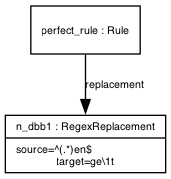
Before: examples/example_9.png, a diagram exported from Graphviz (ontolex/morph). Its source is kept beside it as examples/example_9.dot.
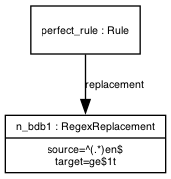
After the change.

Commit message:
Updated diagrams for examples 9 and 22, according to #45

What changed in the source:
```diff
@@ -13,7 +13,7 @@
       fontsize = 8
     ]
 
-n_dbb1 [ label="{n_dbb1 : RegexReplacement|source=^(.*)en$\ltarget=ge\\1t}" ]
-perfect_rule -> n_dbb1 [ label="replacement" ]
+n_bdb1 [ label="{n_bdb1 : RegexReplacement|source=^(.*)en$\ntarget=ge$1t}" ]
+perfect_rule -> n_bdb1 [ label="replacement" ]
 perfect_rule [ label="{perfect_rule : Rule}" ]
 }
```
